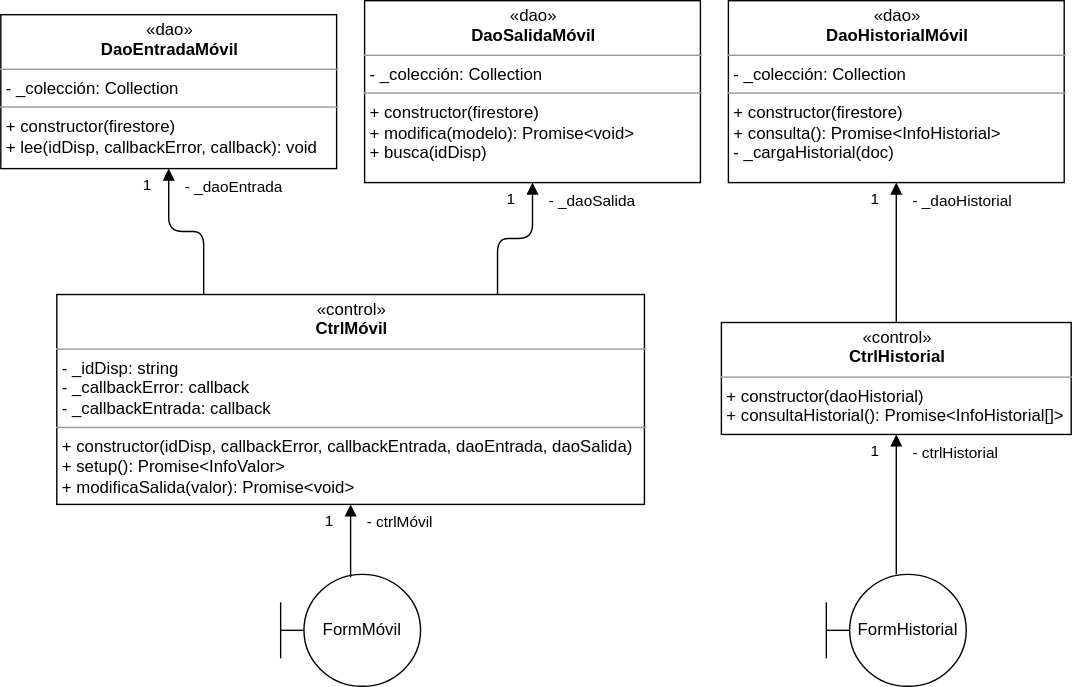
Above: img/clases_movil.svg in gilpgdm/gilpgdm.github.io (draw.io), before the change. Source tidied: cells renumbered, new cells last; positions are measured from the earlier drawing's top-left corner, leaving out a move shared by most shapes.
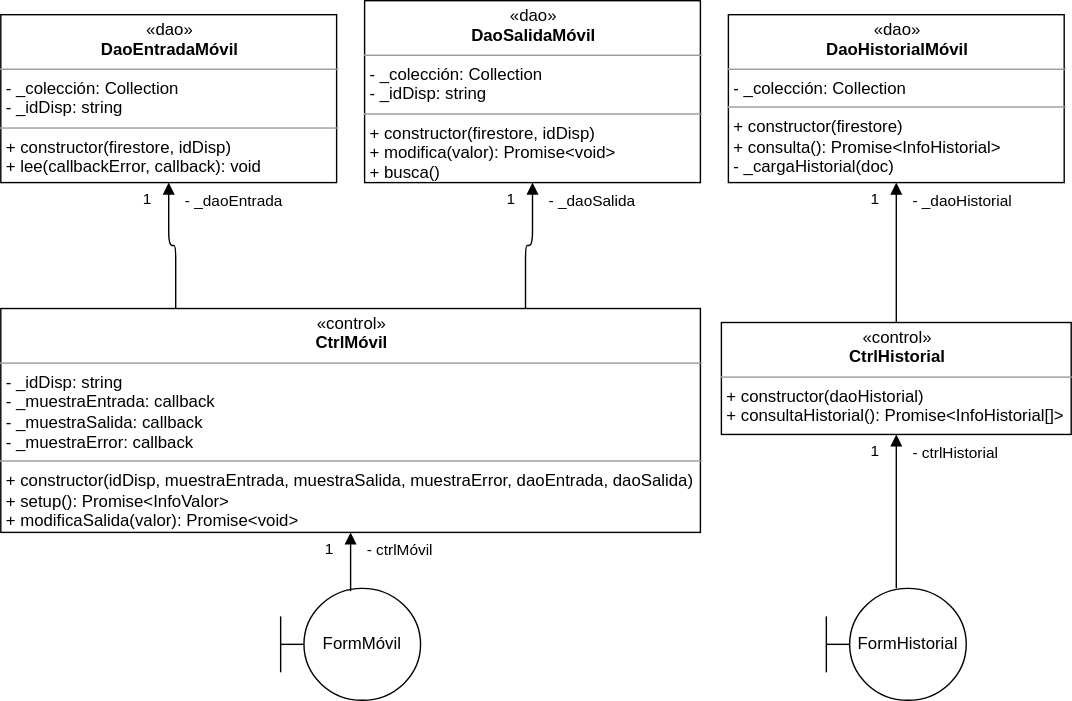
The same diagram one commit later.

What changed in the source:
```diff
@@ -2,17 +2,17 @@
   <root>
     <mxCell id="0" />
     <mxCell id="1" parent="0" />
-    <mxCell id="2" value="&lt;p style=&quot;margin: 0px ; margin-top: 4px ; text-align: center&quot;&gt;«dao»&lt;br&gt;&lt;b&gt;DaoEntradaMóvil&lt;/b&gt;&lt;/p&gt;&lt;hr size=&quot;1&quot;&gt;&lt;p style=&quot;margin: 0px ; margin-left: 4px&quot;&gt;- _colección: Collection&lt;/p&gt;&lt;hr size=&quot;1&quot;&gt;&lt;p style=&quot;margin: 0px ; margin-left: 4px&quot;&gt;+ constructor(firestore)&lt;br&gt;+ lee(idDisp, callbackError, callback): void&lt;/p&gt;" style="verticalAlign=top;align=left;overflow=fill;fontSize=12;fontFamily=Helvetica;html=1;" parent="1" vertex="1">
-      <mxGeometry y="10" width="240" height="110" as="geometry" />
+    <mxCell id="2" value="&lt;p style=&quot;margin: 0px ; margin-top: 4px ; text-align: center&quot;&gt;«dao»&lt;br&gt;&lt;b&gt;DaoEntradaMóvil&lt;/b&gt;&lt;/p&gt;&lt;hr size=&quot;1&quot;&gt;&lt;p style=&quot;margin: 0px ; margin-left: 4px&quot;&gt;- _colección: Collection&lt;/p&gt;&lt;p style=&quot;margin: 0px ; margin-left: 4px&quot;&gt;- _idDisp: string&lt;/p&gt;&lt;hr size=&quot;1&quot;&gt;&lt;p style=&quot;margin: 0px ; margin-left: 4px&quot;&gt;+ constructor(firestore, idDisp)&lt;br&gt;+ lee(callbackError, callback): void&lt;/p&gt;" style="verticalAlign=top;align=left;overflow=fill;fontSize=12;fontFamily=Helvetica;html=1;" parent="1" vertex="1">
+      <mxGeometry y="10" width="240" height="120" as="geometry" />
     </mxCell>
-    <mxCell id="3" value="&lt;p style=&quot;margin: 0px ; margin-top: 4px ; text-align: center&quot;&gt;«dao»&lt;br&gt;&lt;b&gt;DaoSalidaMóvil&lt;/b&gt;&lt;/p&gt;&lt;hr size=&quot;1&quot;&gt;&lt;p style=&quot;margin: 0px ; margin-left: 4px&quot;&gt;- _colección: Collection&lt;/p&gt;&lt;hr size=&quot;1&quot;&gt;&lt;p style=&quot;margin: 0px ; margin-left: 4px&quot;&gt;+ constructor(firestore)&lt;br&gt;+ modifica(modelo): Promise&amp;lt;void&amp;gt;&lt;/p&gt;&lt;p style=&quot;margin: 0px ; margin-left: 4px&quot;&gt;+ busca(idDisp)&lt;/p&gt;" style="verticalAlign=top;align=left;overflow=fill;fontSize=12;fontFamily=Helvetica;html=1;" parent="1" vertex="1">
+    <mxCell id="3" value="&lt;p style=&quot;margin: 0px ; margin-top: 4px ; text-align: center&quot;&gt;«dao»&lt;br&gt;&lt;b&gt;DaoSalidaMóvil&lt;/b&gt;&lt;/p&gt;&lt;hr size=&quot;1&quot;&gt;&lt;p style=&quot;margin: 0px ; margin-left: 4px&quot;&gt;- _colección: Collection&lt;/p&gt;&lt;p style=&quot;margin: 0px ; margin-left: 4px&quot;&gt;- _idDisp: string&lt;/p&gt;&lt;hr size=&quot;1&quot;&gt;&lt;p style=&quot;margin: 0px ; margin-left: 4px&quot;&gt;+ constructor(firestore, idDisp)&lt;br&gt;+ modifica(valor): Promise&amp;lt;void&amp;gt;&lt;/p&gt;&lt;p style=&quot;margin: 0px ; margin-left: 4px&quot;&gt;+ busca()&lt;/p&gt;" style="verticalAlign=top;align=left;overflow=fill;fontSize=12;fontFamily=Helvetica;html=1;" parent="1" vertex="1">
       <mxGeometry x="260" width="240" height="130" as="geometry" />
     </mxCell>
     <mxCell id="4" value="&lt;p style=&quot;margin: 0px ; margin-top: 4px ; text-align: center&quot;&gt;«dao»&lt;br&gt;&lt;b&gt;DaoHistorialMóvil&lt;/b&gt;&lt;/p&gt;&lt;hr size=&quot;1&quot;&gt;&lt;p style=&quot;margin: 0px ; margin-left: 4px&quot;&gt;- _colección: Collection&lt;/p&gt;&lt;hr size=&quot;1&quot;&gt;&lt;p style=&quot;margin: 0px ; margin-left: 4px&quot;&gt;+ constructor(firestore)&lt;br&gt;+ consulta(): Promise&amp;lt;InfoHistorial&amp;gt;&lt;/p&gt;&lt;p style=&quot;margin: 0px ; margin-left: 4px&quot;&gt;- _cargaHistorial(doc)&lt;/p&gt;" style="verticalAlign=top;align=left;overflow=fill;fontSize=12;fontFamily=Helvetica;html=1;" parent="1" vertex="1">
-      <mxGeometry x="520" width="240" height="130" as="geometry" />
+      <mxGeometry x="520" y="10" width="240" height="120" as="geometry" />
     </mxCell>
-    <mxCell id="5" value="&lt;p style=&quot;margin: 0px ; margin-top: 4px ; text-align: center&quot;&gt;«control»&lt;br&gt;&lt;b&gt;CtrlMóvil&lt;/b&gt;&lt;/p&gt;&lt;hr size=&quot;1&quot;&gt;&lt;p style=&quot;margin: 0px ; margin-left: 4px&quot;&gt;- _idDisp: string&lt;/p&gt;&lt;p style=&quot;margin: 0px ; margin-left: 4px&quot;&gt;- _callbackError: callback&lt;/p&gt;&lt;p style=&quot;margin: 0px ; margin-left: 4px&quot;&gt;- _callbackEntrada: callback&lt;/p&gt;&lt;hr size=&quot;1&quot;&gt;&lt;p style=&quot;margin: 0px ; margin-left: 4px&quot;&gt;+ constructor(idDisp, callbackError, callbackEntrada, daoEntrada, daoSalida)&lt;br&gt;&lt;/p&gt;&lt;p style=&quot;margin: 0px ; margin-left: 4px&quot;&gt;+ setup(): Promise&amp;lt;InfoValor&amp;gt;&lt;br&gt;+ modificaSalida(valor): Promise&amp;lt;void&amp;gt;&lt;/p&gt;" style="verticalAlign=top;align=left;overflow=fill;fontSize=12;fontFamily=Helvetica;html=1;" parent="1" vertex="1">
-      <mxGeometry x="40" y="210" width="420" height="150" as="geometry" />
+    <mxCell id="5" value="&lt;p style=&quot;margin: 0px ; margin-top: 4px ; text-align: center&quot;&gt;«control»&lt;br&gt;&lt;b&gt;CtrlMóvil&lt;/b&gt;&lt;/p&gt;&lt;hr size=&quot;1&quot;&gt;&lt;p style=&quot;margin: 0px ; margin-left: 4px&quot;&gt;- _idDisp: string&lt;/p&gt;&lt;p style=&quot;margin: 0px ; margin-left: 4px&quot;&gt;- _muestraEntrada: callback&lt;/p&gt;&lt;p style=&quot;margin: 0px ; margin-left: 4px&quot;&gt;- _muestraSalida: callback&lt;/p&gt;&lt;p style=&quot;margin: 0px ; margin-left: 4px&quot;&gt;- _muestraError: callback&lt;/p&gt;&lt;hr size=&quot;1&quot;&gt;&lt;p style=&quot;margin: 0px ; margin-left: 4px&quot;&gt;+ constructor(idDisp, muestraEntrada, muestraSalida, muestraError, daoEntrada, daoSalida)&lt;br&gt;&lt;/p&gt;&lt;p style=&quot;margin: 0px ; margin-left: 4px&quot;&gt;+ setup(): Promise&amp;lt;InfoValor&amp;gt;&lt;br&gt;+ modificaSalida(valor): Promise&amp;lt;void&amp;gt;&lt;/p&gt;" style="verticalAlign=top;align=left;overflow=fill;fontSize=12;fontFamily=Helvetica;html=1;" parent="1" vertex="1">
+      <mxGeometry y="220" width="500" height="160" as="geometry" />
     </mxCell>
     <mxCell id="6" value="&lt;p style=&quot;margin: 0px ; margin-top: 4px ; text-align: center&quot;&gt;«control»&lt;br&gt;&lt;b&gt;CtrlHistorial&lt;/b&gt;&lt;/p&gt;&lt;hr size=&quot;1&quot;&gt;&lt;p style=&quot;margin: 0px ; margin-left: 4px&quot;&gt;&lt;/p&gt;&lt;p style=&quot;margin: 0px ; margin-left: 4px&quot;&gt;+ constructor(daoHistorial)&lt;br&gt;&lt;/p&gt;&lt;p style=&quot;margin: 0px ; margin-left: 4px&quot;&gt;+ consultaHistorial(): Promise&amp;lt;InfoHistorial[]&amp;gt;&lt;/p&gt;" style="verticalAlign=top;align=left;overflow=fill;fontSize=12;fontFamily=Helvetica;html=1;" parent="1" vertex="1">
       <mxGeometry x="515" y="230" width="250" height="80" as="geometry" />
@@ -42,10 +42,10 @@
       </mxGeometry>
     </mxCell>
     <mxCell id="13" value="FormMóvil" style="shape=umlBoundary;whiteSpace=wrap;html=1;" parent="1" vertex="1">
-      <mxGeometry x="200" y="410" width="100" height="80" as="geometry" />
+      <mxGeometry x="200" y="420" width="100" height="80" as="geometry" />
     </mxCell>
     <mxCell id="14" value="FormHistorial" style="shape=umlBoundary;whiteSpace=wrap;html=1;" parent="1" vertex="1">
-      <mxGeometry x="590" y="410" width="100" height="80" as="geometry" />
+      <mxGeometry x="590" y="420" width="100" height="80" as="geometry" />
     </mxCell>
     <mxCell id="15" value="- ctrlMóvil" style="endArrow=none;endFill=0;html=1;edgeStyle=orthogonalEdgeStyle;align=left;verticalAlign=top;exitX=0.5;exitY=1;exitDx=0;exitDy=0;startArrow=block;startFill=1;entryX=0.5;entryY=0.025;entryDx=0;entryDy=0;entryPerimeter=0;" parent="1" edge="1" source="5" target="13">
       <mxGeometry x="-1" y="10" relative="1" as="geometry" />
```
